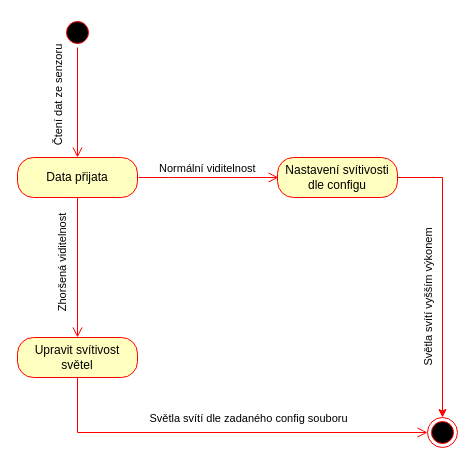
Above: stavovy_diagram.drawio in lis0112/RSsP_Enviro (draw.io), before the change. Source tidied: cells renumbered, new cells numbered last; positions are measured from the earlier drawing's top-left corner, leaving out a move shared by most shapes. Both pictures are drawn from the tidied source at 100%, with x=0, y=0 at pixel (-3, 17).
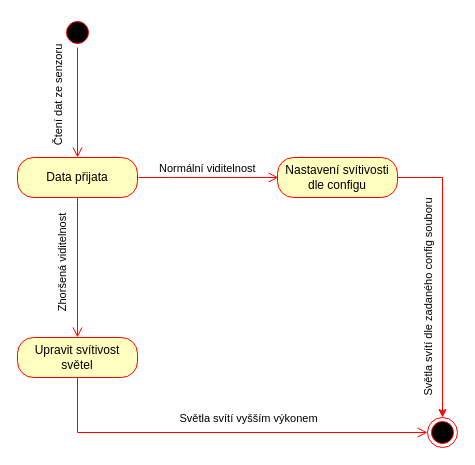
The same page after the edit.

The change refers to these unchanged cells:
```xml
<mxCell id="9" style="edgeStyle=orthogonalEdgeStyle;rounded=0;jettySize=auto;html=1;entryX=0.5;entryY=0;entryDx=0;entryDy=0;strokeColor=#FF0000;" parent="1" edge="1" source="11" target="5">
  <mxGeometry relative="1" as="geometry" />
</mxCell>
<mxCell id="13" style="edgeStyle=orthogonalEdgeStyle;html=1;verticalAlign=bottom;endArrow=open;endSize=8;strokeColor=#ff0000;rounded=0;entryX=0;entryY=0.5;entryDx=0;entryDy=0;" parent="1" edge="1" source="12" target="5">
  <mxGeometry relative="1" as="geometry">
    <Array as="points">
      <mxPoint x="80" y="415" />
    </Array>
  </mxGeometry>
</mxCell>
```

Change to the diagram source:
```diff
@@
-    <mxCell id="10" value="Světla svítí vyšším výkonem" style="edgeLabel;html=1;align=center;verticalAlign=middle;rotation=-90;" parent="9" vertex="1">
+    <mxCell id="10" value="Světla svítí dle zadaného config souboru" style="edgeLabel;html=1;align=center;verticalAlign=middle;rotation=-90;" parent="9" vertex="1">
       <mxGeometry x="0.31" y="-3" relative="1" as="geometry">
         <mxPoint x="-12" y="-21" as="offset" />
       </mxGeometry>
     </mxCell>
@@
-    <mxCell id="14" value="Světla svítí dle zadaného config souboru" style="edgeLabel;html=1;align=center;verticalAlign=middle;" parent="13" vertex="1">
+    <mxCell id="14" value="Světla svítí vyšším výkonem" style="edgeLabel;html=1;align=center;verticalAlign=middle;" parent="13" vertex="1">
       <mxGeometry x="-0.18" y="2" relative="1" as="geometry">
         <mxPoint x="59" y="-13" as="offset" />
       </mxGeometry>
     </mxCell>
```
